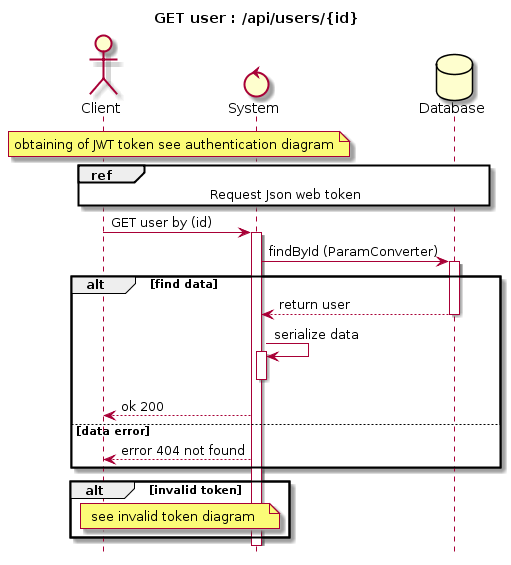
Earlier version of the PlantUML export docs/Uml/Diagram_sequences/Diagram_sequence_GET_user.png (siggwer/Bilemo).
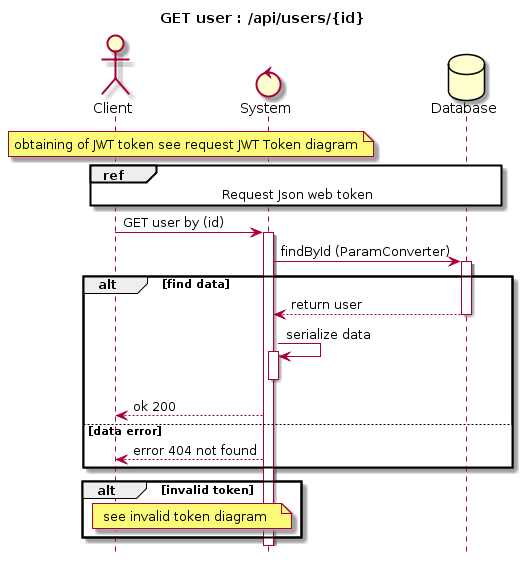
After the change.

The edit, as a diff of the source:
```diff
@@ -6,7 +6,7 @@
 Database Database
 
 note over Client, System
- obtaining of JWT token see authentication diagram
+ obtaining of JWT token see request JWT Token diagram
 end note
 
 ref over Client, System, Database
```
